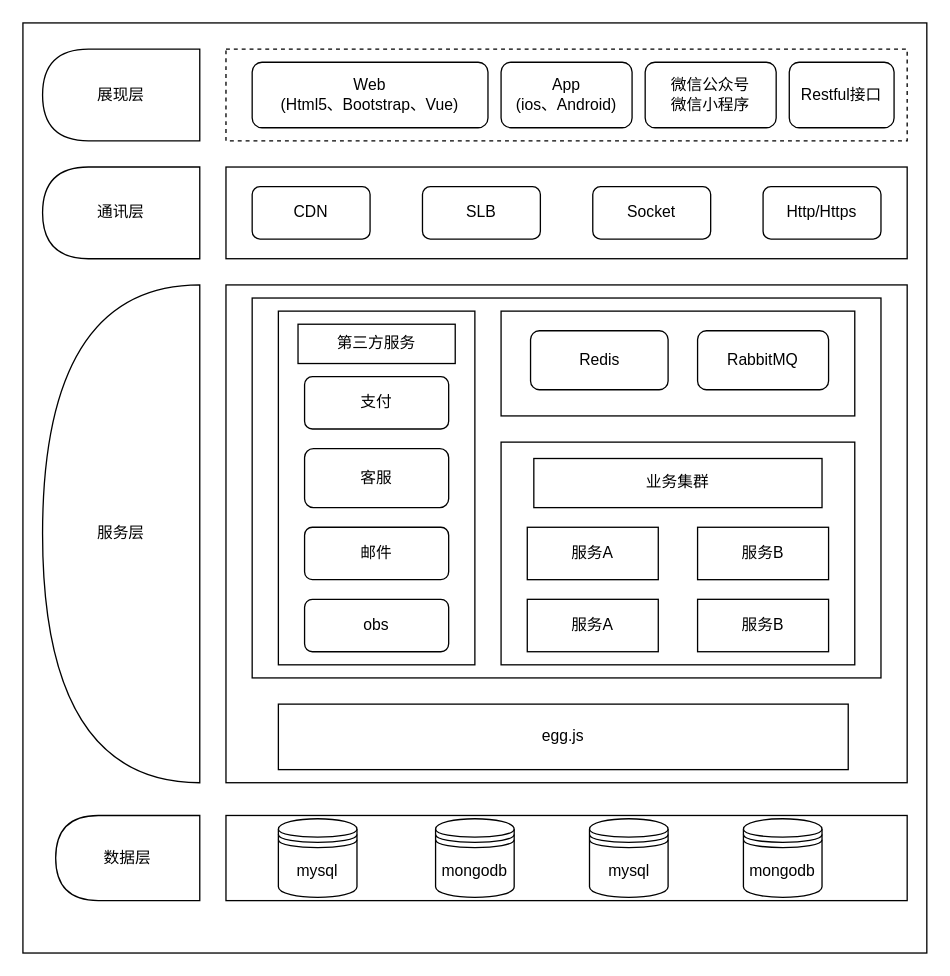
luckyriko/hello-world keeps this draw.io diagram as test.drawio. Above is the earlier version. Source tidied: cells renumbered, new cells numbered last; positions are measured from the earlier drawing's top-left corner, leaving out a move shared by most shapes. Both pictures are drawn from the tidied source at 131%, with x=0, y=0 at pixel (22, 22).
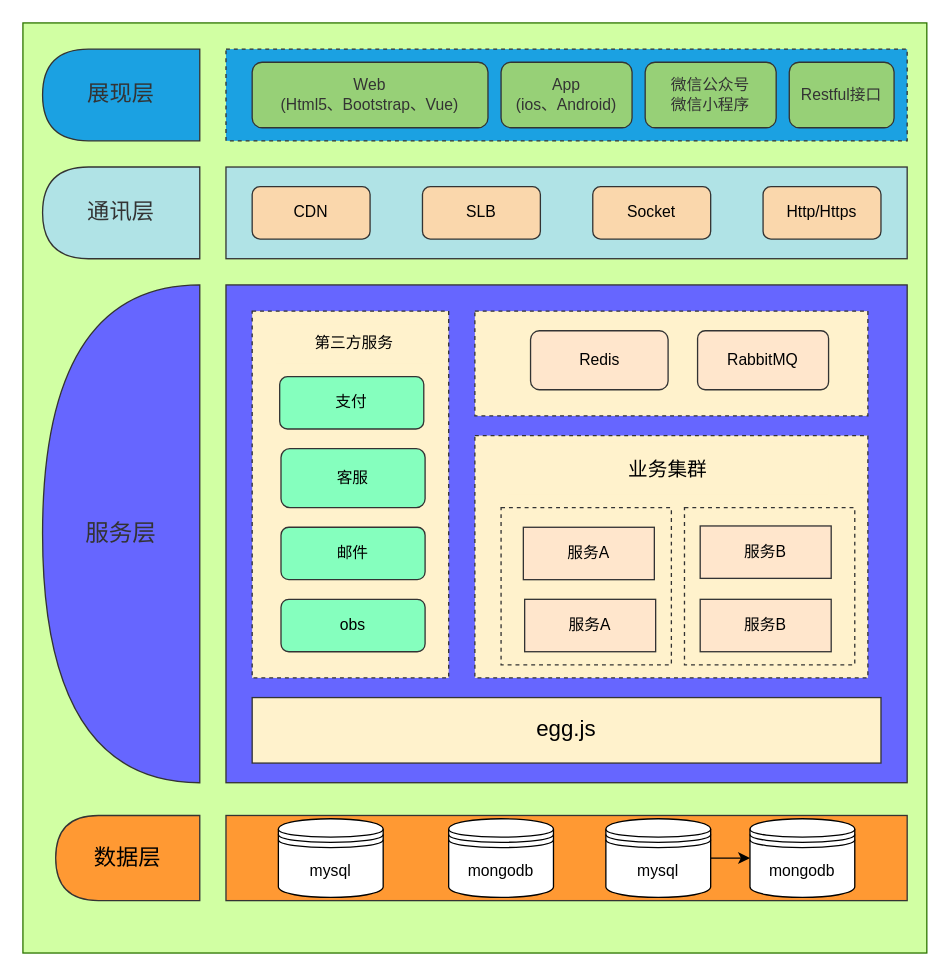
Above is the later version.

Diff of the diagram source:
```diff
@@
-    <mxCell id="2" style="rounded=0;whiteSpace=wrap;align=center;html=1;labelBackgroundColor=none;" parent="1" vertex="1">
+    <mxCell id="2" style="rounded=0;whiteSpace=wrap;align=center;html=1;labelBackgroundColor=none;fillColor=#D1FFA3;strokeColor=#2D7600;fontColor=#ffffff;" parent="1" vertex="1">
       <mxGeometry width="690" height="710" as="geometry" />
     </mxCell>
+    <mxCell id="9" style="rounded=0;whiteSpace=wrap;html=1;labelBackgroundColor=none;fillColor=#6666FF;fontColor=#ffffff;strokeColor=#333333;" parent="1" vertex="1">
+      <mxGeometry x="155" y="200" width="520" height="380" as="geometry" />
+    </mxCell>
+    <mxCell id="40" style="rounded=0;whiteSpace=wrap;html=1;labelBackgroundColor=none;strokeWidth=1;fillColor=#fff2cc;dashed=1;strokeColor=#333333;" parent="1" vertex="1">
+      <mxGeometry x="345" y="315" width="300" height="185" as="geometry" />
+    </mxCell>
-    <mxCell id="3" style="rounded=0;whiteSpace=wrap;html=1;" parent="1" vertex="1">
+    <mxCell id="3" style="rounded=0;whiteSpace=wrap;html=1;fillColor=#FF9933;fontColor=#000000;strokeColor=#333333;" parent="1" vertex="1">
       <mxGeometry x="155" y="605" width="520" height="65" as="geometry" />
     </mxCell>
     <mxCell id="4" value="mysql" style="shape=datastore;whiteSpace=wrap;html=1;" parent="1" vertex="1">
-      <mxGeometry x="195" y="607.5" width="60" height="60" as="geometry" />
+      <mxGeometry x="195" y="607.5" width="80" height="60" as="geometry" />
     </mxCell>
+    <mxCell id="41" style="edgeStyle=orthogonalEdgeStyle;rounded=0;jettySize=auto;html=1;" parent="1" edge="1" source="5" target="7">
+      <mxGeometry relative="1" as="geometry" />
+    </mxCell>
     <mxCell id="5" value="&lt;span&gt;mysql&lt;/span&gt;" style="shape=datastore;whiteSpace=wrap;html=1;" parent="1" vertex="1">
-      <mxGeometry x="432.5" y="607.5" width="60" height="60" as="geometry" />
+      <mxGeometry x="445" y="607.5" width="80" height="60" as="geometry" />
     </mxCell>
     <mxCell id="6" value="mongodb" style="shape=datastore;whiteSpace=wrap;html=1;" parent="1" vertex="1">
-      <mxGeometry x="315" y="607.5" width="60" height="60" as="geometry" />
+      <mxGeometry x="325" y="607.5" width="80" height="60" as="geometry" />
     </mxCell>
     <mxCell id="7" value="&lt;span&gt;mongodb&lt;/span&gt;" style="shape=datastore;whiteSpace=wrap;html=1;" parent="1" vertex="1">
-      <mxGeometry x="550" y="607.5" width="60" height="60" as="geometry" />
+      <mxGeometry x="555" y="607.5" width="80" height="60" as="geometry" />
     </mxCell>
-    <mxCell id="8" value="数据层" style="shape=delay;whiteSpace=wrap;html=1;labelBackgroundColor=none;direction=west;" parent="1" vertex="1">
+    <mxCell id="8" value="&lt;font style=&quot;font-size: 17px&quot;&gt;数据层&lt;/font&gt;" style="shape=delay;whiteSpace=wrap;html=1;labelBackgroundColor=none;direction=west;fillColor=#FF9933;fontColor=#000000;strokeColor=#333333;" parent="1" vertex="1">
       <mxGeometry x="25" y="605" width="110" height="65" as="geometry" />
     </mxCell>
-    <mxCell id="9" style="rounded=0;whiteSpace=wrap;html=1;labelBackgroundColor=none;" parent="1" vertex="1">
-      <mxGeometry x="155" y="200" width="520" height="380" as="geometry" />
-    </mxCell>
-    <mxCell id="10" value="通讯层" style="shape=delay;whiteSpace=wrap;html=1;labelBackgroundColor=none;direction=west;" parent="1" vertex="1">
+    <mxCell id="10" value="&lt;font color=&quot;#333333&quot; style=&quot;font-size: 17px&quot;&gt;通讯层&lt;/font&gt;" style="shape=delay;whiteSpace=wrap;html=1;labelBackgroundColor=none;direction=west;fillColor=#b0e3e6;strokeColor=#333333;" parent="1" vertex="1">
       <mxGeometry x="15" y="110" width="120" height="70" as="geometry" />
     </mxCell>
-    <mxCell id="11" value="展现层" style="shape=delay;whiteSpace=wrap;html=1;labelBackgroundColor=none;direction=west;" parent="1" vertex="1">
+    <mxCell id="11" value="&lt;font color=&quot;#333333&quot; style=&quot;font-size: 17px&quot;&gt;展现层&lt;/font&gt;" style="shape=delay;whiteSpace=wrap;html=1;labelBackgroundColor=none;direction=west;fillColor=#1ba1e2;fontColor=#ffffff;strokeColor=#333333;" parent="1" vertex="1">
       <mxGeometry x="15" y="20" width="120" height="70" as="geometry" />
     </mxCell>
-    <mxCell id="12" value="服务层" style="shape=delay;whiteSpace=wrap;html=1;labelBackgroundColor=none;direction=west;" parent="1" vertex="1">
+    <mxCell id="12" value="&lt;font color=&quot;#333333&quot; style=&quot;font-size: 18px&quot;&gt;服务层&lt;/font&gt;" style="shape=delay;whiteSpace=wrap;html=1;labelBackgroundColor=none;direction=west;fillColor=#6666FF;fontColor=#ffffff;strokeColor=#333333;" parent="1" vertex="1">
       <mxGeometry x="15" y="200" width="120" height="380" as="geometry" />
     </mxCell>
-    <mxCell id="13" style="rounded=0;whiteSpace=wrap;html=1;labelBackgroundColor=none;" parent="1" vertex="1">
+    <mxCell id="13" style="rounded=0;whiteSpace=wrap;html=1;labelBackgroundColor=none;fillColor=#b0e3e6;strokeColor=#333333;" parent="1" vertex="1">
       <mxGeometry x="155" y="110" width="520" height="70" as="geometry" />
     </mxCell>
-    <mxCell id="14" value="CDN" style="rounded=1;whiteSpace=wrap;html=1;labelBackgroundColor=none;" parent="1" vertex="1">
+    <mxCell id="14" value="CDN" style="rounded=1;whiteSpace=wrap;html=1;labelBackgroundColor=none;fillColor=#fad7ac;strokeColor=#333333;" parent="1" vertex="1">
       <mxGeometry x="175" y="125" width="90" height="40" as="geometry" />
     </mxCell>
-    <mxCell id="15" style="rounded=0;whiteSpace=wrap;html=1;labelBackgroundColor=none;dashed=1;strokeWidth=1;" parent="1" vertex="1">
+    <mxCell id="15" style="rounded=0;whiteSpace=wrap;html=1;labelBackgroundColor=none;dashed=1;strokeWidth=1;fillColor=#1ba1e2;fontColor=#ffffff;strokeColor=#333333;" parent="1" vertex="1">
       <mxGeometry x="155" y="20" width="520" height="70" as="geometry" />
     </mxCell>
-    <mxCell id="16" value="Socket" style="rounded=1;whiteSpace=wrap;html=1;labelBackgroundColor=none;" parent="1" vertex="1">
+    <mxCell id="16" value="Socket" style="rounded=1;whiteSpace=wrap;html=1;labelBackgroundColor=none;fillColor=#fad7ac;strokeColor=#333333;" parent="1" vertex="1">
       <mxGeometry x="435" y="125" width="90" height="40" as="geometry" />
     </mxCell>
-    <mxCell id="17" value="SLB" style="rounded=1;whiteSpace=wrap;html=1;labelBackgroundColor=none;" parent="1" vertex="1">
+    <mxCell id="17" value="SLB" style="rounded=1;whiteSpace=wrap;html=1;labelBackgroundColor=none;fillColor=#fad7ac;strokeColor=#333333;" parent="1" vertex="1">
       <mxGeometry x="305" y="125" width="90" height="40" as="geometry" />
     </mxCell>
-    <mxCell id="18" value="Restful接口" style="rounded=1;whiteSpace=wrap;html=1;labelBackgroundColor=none;" parent="1" vertex="1">
+    <mxCell id="18" value="&lt;font color=&quot;#333333&quot;&gt;Restful接口&lt;/font&gt;" style="rounded=1;whiteSpace=wrap;html=1;labelBackgroundColor=none;fillColor=#97D077;fontColor=#ffffff;strokeColor=#333333;" parent="1" vertex="1">
       <mxGeometry x="585" y="30" width="80" height="50" as="geometry" />
     </mxCell>
-    <mxCell id="19" value="微信公众号&lt;br&gt;微信小程序" style="rounded=1;whiteSpace=wrap;html=1;labelBackgroundColor=none;" parent="1" vertex="1">
+    <mxCell id="19" value="&lt;font color=&quot;#333333&quot;&gt;微信公众号&lt;br&gt;微信小程序&lt;/font&gt;" style="rounded=1;whiteSpace=wrap;html=1;labelBackgroundColor=none;fillColor=#97D077;fontColor=#ffffff;strokeColor=#333333;" parent="1" vertex="1">
       <mxGeometry x="475" y="30" width="100" height="50" as="geometry" />
     </mxCell>
-    <mxCell id="20" value="App&lt;br&gt;(ios、Android)" style="rounded=1;whiteSpace=wrap;html=1;labelBackgroundColor=none;" parent="1" vertex="1">
+    <mxCell id="20" value="&lt;font color=&quot;#333333&quot;&gt;App&lt;br&gt;(ios、Android)&lt;/font&gt;" style="rounded=1;whiteSpace=wrap;html=1;labelBackgroundColor=none;fillColor=#97D077;fontColor=#ffffff;strokeColor=#333333;" parent="1" vertex="1">
       <mxGeometry x="365" y="30" width="100" height="50" as="geometry" />
     </mxCell>
-    <mxCell id="21" value="Web&lt;br&gt;(Html5、Bootstrap、Vue)" style="rounded=1;whiteSpace=wrap;html=1;labelBackgroundColor=none;" parent="1" vertex="1">
+    <mxCell id="21" value="&lt;font color=&quot;#333333&quot;&gt;Web&lt;br&gt;(Html5、Bootstrap、Vue)&lt;/font&gt;" style="rounded=1;whiteSpace=wrap;html=1;labelBackgroundColor=none;fillColor=#97D077;fontColor=#ffffff;strokeColor=#333333;" parent="1" vertex="1">
       <mxGeometry x="175" y="30" width="180" height="50" as="geometry" />
     </mxCell>
-    <mxCell id="22" value="Http/Https" style="rounded=1;whiteSpace=wrap;html=1;labelBackgroundColor=none;strokeWidth=1;" parent="1" vertex="1">
+    <mxCell id="22" value="Http/Https" style="rounded=1;whiteSpace=wrap;html=1;labelBackgroundColor=none;strokeWidth=1;fillColor=#fad7ac;strokeColor=#333333;" parent="1" vertex="1">
       <mxGeometry x="565" y="125" width="90" height="40" as="geometry" />
     </mxCell>
-    <mxCell id="23" value="egg.js" style="rounded=0;whiteSpace=wrap;html=1;labelBackgroundColor=none;strokeWidth=1;" parent="1" vertex="1">
-      <mxGeometry x="195" y="520" width="435" height="50" as="geometry" />
+    <mxCell id="23" value="&lt;font style=&quot;font-size: 17px&quot;&gt;egg.js&lt;/font&gt;" style="rounded=0;whiteSpace=wrap;html=1;labelBackgroundColor=none;strokeWidth=1;fillColor=#fff2cc;strokeColor=#333333;" parent="1" vertex="1">
+      <mxGeometry x="175" y="515" width="480" height="50" as="geometry" />
     </mxCell>
-    <mxCell id="24" style="rounded=0;whiteSpace=wrap;html=1;labelBackgroundColor=none;strokeWidth=1;" parent="1" vertex="1">
-      <mxGeometry x="175" y="210" width="480" height="290" as="geometry" />
+    <mxCell id="24" style="rounded=0;whiteSpace=wrap;html=1;labelBackgroundColor=none;strokeWidth=1;fillColor=#fff2cc;strokeColor=#333333;dashed=1;" parent="1" vertex="1">
+      <mxGeometry x="505" y="370" width="130" height="120" as="geometry" />
     </mxCell>
-    <mxCell id="25" style="rounded=0;whiteSpace=wrap;html=1;labelBackgroundColor=none;strokeWidth=1;" parent="1" vertex="1">
-      <mxGeometry x="365" y="320" width="270" height="170" as="geometry" />
+    <mxCell id="25" style="rounded=0;whiteSpace=wrap;html=1;labelBackgroundColor=none;strokeWidth=1;dashed=1;fillColor=#fff2cc;strokeColor=#333333;" parent="1" vertex="1">
+      <mxGeometry x="365" y="370" width="130" height="120" as="geometry" />
     </mxCell>
-    <mxCell id="26" style="rounded=0;whiteSpace=wrap;html=1;labelBackgroundColor=none;strokeWidth=1;" parent="1" vertex="1">
-      <mxGeometry x="195" y="220" width="150" height="270" as="geometry" />
+    <mxCell id="26" style="rounded=0;whiteSpace=wrap;html=1;labelBackgroundColor=none;strokeWidth=1;dashed=1;fillColor=#fff2cc;strokeColor=#333333;" parent="1" vertex="1">
+      <mxGeometry x="175" y="220" width="150" height="280" as="geometry" />
     </mxCell>
-    <mxCell id="27" value="&lt;span&gt;服务A&lt;/span&gt;" style="rounded=0;whiteSpace=wrap;html=1;labelBackgroundColor=none;strokeWidth=1;" parent="1" vertex="1">
-      <mxGeometry x="385" y="440" width="100" height="40" as="geometry" />
+    <mxCell id="27" value="&lt;span&gt;服务A&lt;/span&gt;" style="rounded=0;whiteSpace=wrap;html=1;labelBackgroundColor=none;strokeWidth=1;fillColor=#ffe6cc;strokeColor=#333333;" parent="1" vertex="1">
+      <mxGeometry x="383" y="440" width="100" height="40" as="geometry" />
     </mxCell>
-    <mxCell id="28" value="&lt;span&gt;服务B&lt;/span&gt;" style="rounded=0;whiteSpace=wrap;html=1;labelBackgroundColor=none;strokeWidth=1;" parent="1" vertex="1">
-      <mxGeometry x="515" y="440" width="100" height="40" as="geometry" />
+    <mxCell id="28" value="&lt;span&gt;服务B&lt;/span&gt;" style="rounded=0;whiteSpace=wrap;html=1;labelBackgroundColor=none;strokeWidth=1;fillColor=#ffe6cc;strokeColor=#333333;" parent="1" vertex="1">
+      <mxGeometry x="517" y="440" width="100" height="40" as="geometry" />
     </mxCell>
-    <mxCell id="29" value="服务A" style="rounded=0;whiteSpace=wrap;html=1;labelBackgroundColor=none;strokeWidth=1;" parent="1" vertex="1">
-      <mxGeometry x="385" y="385" width="100" height="40" as="geometry" />
+    <mxCell id="29" value="服务A" style="rounded=0;whiteSpace=wrap;html=1;labelBackgroundColor=none;strokeWidth=1;fillColor=#ffe6cc;strokeColor=#333333;" parent="1" vertex="1">
+      <mxGeometry x="382" y="385" width="100" height="40" as="geometry" />
     </mxCell>
-    <mxCell id="30" value="服务B" style="rounded=0;whiteSpace=wrap;html=1;labelBackgroundColor=none;strokeWidth=1;" parent="1" vertex="1">
-      <mxGeometry x="515" y="385" width="100" height="40" as="geometry" />
+    <mxCell id="30" value="服务B" style="rounded=0;whiteSpace=wrap;html=1;labelBackgroundColor=none;strokeWidth=1;fillColor=#ffe6cc;strokeColor=#333333;" parent="1" vertex="1">
+      <mxGeometry x="517" y="384" width="100" height="40" as="geometry" />
     </mxCell>
-    <mxCell id="31" style="rounded=0;whiteSpace=wrap;html=1;labelBackgroundColor=none;strokeWidth=1;" parent="1" vertex="1">
-      <mxGeometry x="365" y="220" width="270" height="80" as="geometry" />
+    <mxCell id="31" style="rounded=0;whiteSpace=wrap;html=1;labelBackgroundColor=none;strokeWidth=1;dashed=1;fillColor=#fff2cc;strokeColor=#333333;" parent="1" vertex="1">
+      <mxGeometry x="345" y="220" width="300" height="80" as="geometry" />
     </mxCell>
-    <mxCell id="32" value="RabbitMQ" style="rounded=1;whiteSpace=wrap;html=1;labelBackgroundColor=none;strokeWidth=1;" parent="1" vertex="1">
+    <mxCell id="32" value="RabbitMQ" style="rounded=1;whiteSpace=wrap;html=1;labelBackgroundColor=none;strokeWidth=1;arcSize=13;fillColor=#ffe6cc;strokeColor=#333333;" parent="1" vertex="1">
       <mxGeometry x="515" y="235" width="100" height="45" as="geometry" />
     </mxCell>
-    <mxCell id="33" value="Redis" style="rounded=1;whiteSpace=wrap;html=1;labelBackgroundColor=none;strokeWidth=1;" parent="1" vertex="1">
+    <mxCell id="33" value="Redis" style="rounded=1;whiteSpace=wrap;html=1;labelBackgroundColor=none;strokeWidth=1;fillColor=#ffe6cc;strokeColor=#333333;" parent="1" vertex="1">
       <mxGeometry x="387.5" y="235" width="105" height="45" as="geometry" />
     </mxCell>
-    <mxCell id="34" value="第三方服务" style="rounded=0;whiteSpace=wrap;html=1;labelBackgroundColor=none;strokeWidth=1;" parent="1" vertex="1">
-      <mxGeometry x="210" y="230" width="120" height="30" as="geometry" />
+    <mxCell id="34" value="第三方服务" style="rounded=0;whiteSpace=wrap;html=1;labelBackgroundColor=none;strokeWidth=1;strokeColor=none;fillColor=#fff2cc;" parent="1" vertex="1">
+      <mxGeometry x="193" y="230" width="120" height="30" as="geometry" />
     </mxCell>
-    <mxCell id="35" value="obs" style="rounded=1;whiteSpace=wrap;html=1;labelBackgroundColor=none;strokeWidth=1;" parent="1" vertex="1">
-      <mxGeometry x="215" y="440" width="110" height="40" as="geometry" />
+    <mxCell id="35" value="obs" style="rounded=1;whiteSpace=wrap;html=1;labelBackgroundColor=none;strokeWidth=1;fillColor=#85FFBE;strokeColor=#333333;" parent="1" vertex="1">
+      <mxGeometry x="197" y="440" width="110" height="40" as="geometry" />
     </mxCell>
-    <mxCell id="36" value="邮件" style="rounded=1;whiteSpace=wrap;html=1;labelBackgroundColor=none;strokeWidth=1;" parent="1" vertex="1">
-      <mxGeometry x="215" y="385" width="110" height="40" as="geometry" />
+    <mxCell id="36" value="邮件" style="rounded=1;whiteSpace=wrap;html=1;labelBackgroundColor=none;strokeWidth=1;fillColor=#85FFBE;strokeColor=#333333;" parent="1" vertex="1">
+      <mxGeometry x="197" y="385" width="110" height="40" as="geometry" />
     </mxCell>
-    <mxCell id="37" value="客服" style="rounded=1;whiteSpace=wrap;html=1;labelBackgroundColor=none;strokeWidth=1;" parent="1" vertex="1">
-      <mxGeometry x="215" y="325" width="110" height="45" as="geometry" />
+    <mxCell id="37" value="客服" style="rounded=1;whiteSpace=wrap;html=1;labelBackgroundColor=none;strokeWidth=1;fillColor=#85FFBE;strokeColor=#333333;" parent="1" vertex="1">
+      <mxGeometry x="197" y="325" width="110" height="45" as="geometry" />
     </mxCell>
-    <mxCell id="38" value="支付" style="rounded=1;whiteSpace=wrap;html=1;labelBackgroundColor=none;strokeWidth=1;" parent="1" vertex="1">
-      <mxGeometry x="215" y="270" width="110" height="40" as="geometry" />
+    <mxCell id="38" value="支付" style="rounded=1;whiteSpace=wrap;html=1;labelBackgroundColor=none;strokeWidth=1;fillColor=#85FFBE;strokeColor=#333333;" parent="1" vertex="1">
+      <mxGeometry x="196" y="270" width="110" height="40" as="geometry" />
     </mxCell>
-    <mxCell id="39" value="业务集群" style="rounded=0;whiteSpace=wrap;html=1;labelBackgroundColor=none;strokeWidth=1;" parent="1" vertex="1">
-      <mxGeometry x="390" y="332.5" width="220" height="37.5" as="geometry" />
+    <mxCell id="39" value="&lt;font style=&quot;font-size: 15px&quot;&gt;业务集群&lt;/font&gt;" style="rounded=0;whiteSpace=wrap;html=1;labelBackgroundColor=none;strokeWidth=1;strokeColor=none;fillColor=#fff2cc;" parent="1" vertex="1">
+      <mxGeometry x="370" y="320" width="245" height="40" as="geometry" />
     </mxCell>
```
